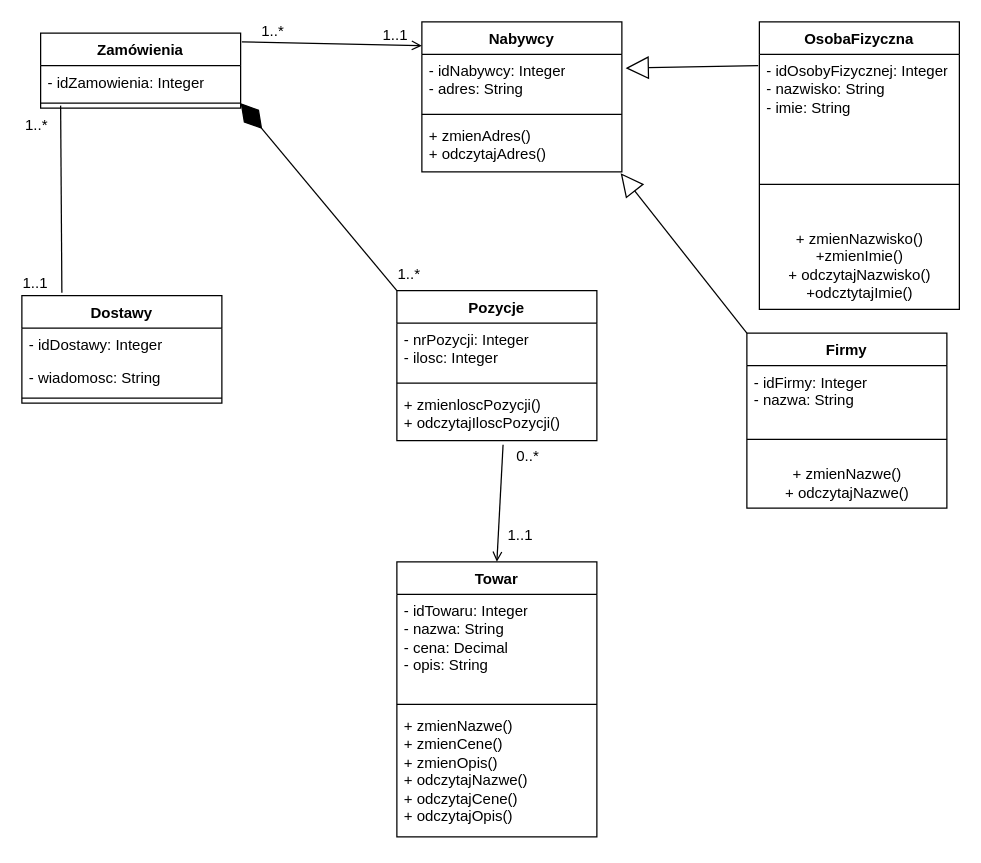
Tarik-Alaiwi-dev/PSI-Docs keeps this draw.io diagram as 6/DK_implementacja.drawio. Above is the earlier version. Source tidied: cells renumbered, new cells numbered last; positions are measured from the earlier drawing's top-left corner, leaving out a move shared by most shapes. Both pictures are drawn from the tidied source at 125%, with x=0, y=0 at pixel (21, 21).
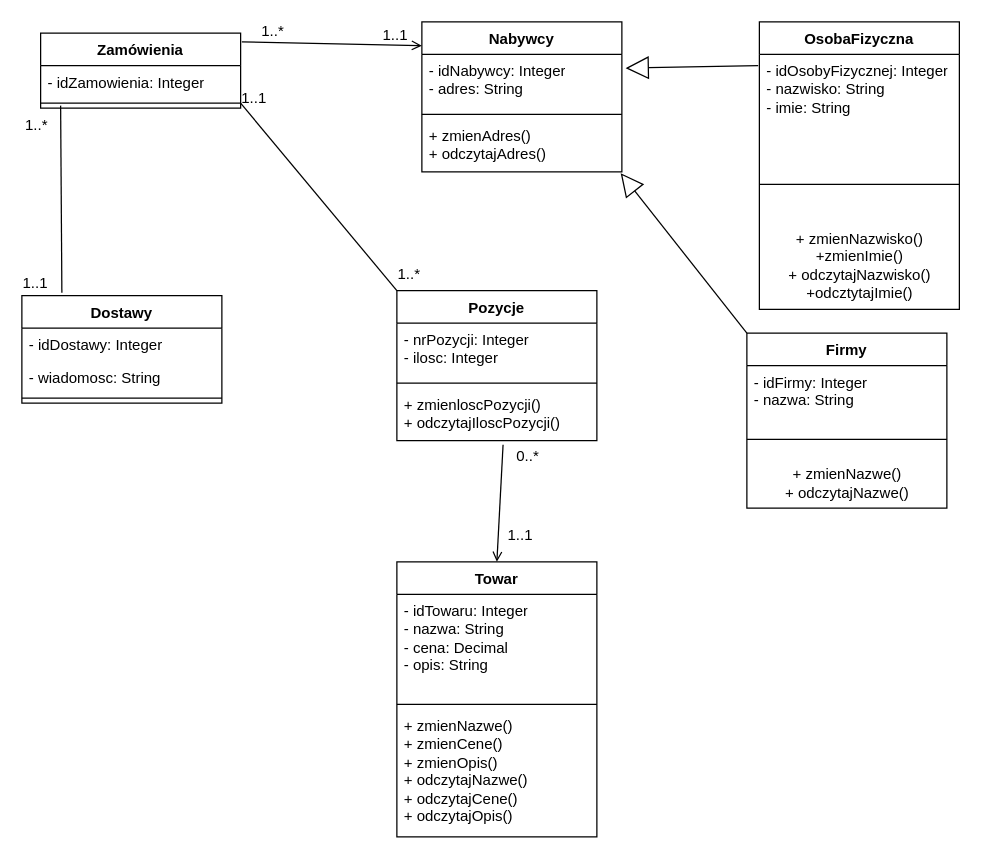
The same diagram, later.

The change refers to these unchanged cells:
```xml
<mxCell id="3" value="- idZamowienia: Integer" style="text;strokeColor=none;fillColor=none;align=left;verticalAlign=top;spacingLeft=4;spacingRight=4;overflow=hidden;points=[[0,0.5],[1,0.5]];portConstraint=eastwest;whiteSpace=wrap;html=1;" parent="2" vertex="1">
  <mxGeometry y="26" width="160" height="26" as="geometry" />
</mxCell>
<mxCell id="21" value="Pozycje" style="swimlane;fontStyle=1;align=center;verticalAlign=top;horizontal=1;startSize=26;whiteSpace=wrap;html=1;" parent="1" vertex="1">
  <mxGeometry x="300" y="215" width="160" height="120" as="geometry" />
</mxCell>
```

Diff of the diagram source:
```diff
@@
-    <mxCell id="40" style="endArrow=diamondThin;endFill=1;endSize=24;html=1;rounded=0;exitX=0;exitY=0;exitDx=0;exitDy=0;entryX=1;entryY=1.154;entryDx=0;entryDy=0;entryPerimeter=0;" parent="1" edge="1" source="21" target="3">
-      <mxGeometry relative="1" as="geometry" />
+    <mxCell id="40" style="endArrow=none;endFill=0;endSize=24;html=1;rounded=0;exitX=0;exitY=0;exitDx=0;exitDy=0;" parent="1" edge="1" source="21">
+      <mxGeometry relative="1" as="geometry">
+        <mxPoint x="175" y="65" as="targetPoint" />
+      </mxGeometry>
     </mxCell>
@@
+    <mxCell id="42" value="1..1" style="html=1;whiteSpace=wrap;align=right;verticalAlign=bottom;" parent="1" vertex="1">
+      <mxGeometry x="183" y="69" as="geometry">
+        <mxPoint x="14" as="offset" />
+      </mxGeometry>
+    </mxCell>
```
